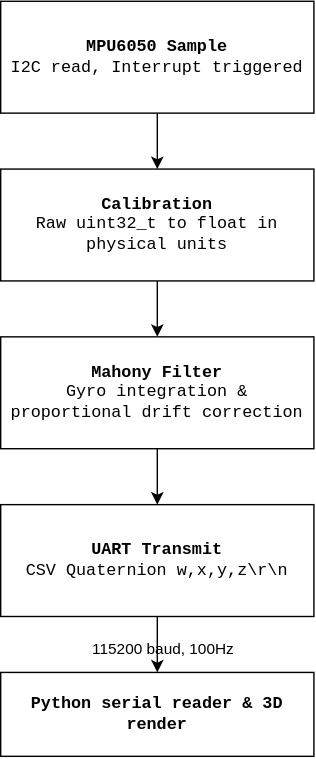
Above: docs/flowchart.svg in wallop51/Attitude-Estimator (draw.io), before the change. Source tidied: cells renumbered, new cells last; positions are measured from the earlier drawing's top-left corner, leaving out a move shared by most shapes. The source it was exported from:
```xml
<mxGraphModel>
  <root>
    <mxCell id="0" />
    <mxCell id="1" parent="0" />
    <mxCell id="2" style="edgeStyle=orthogonalEdgeStyle;rounded=0;jettySize=auto;html=1;labelBackgroundColor=none;fontColor=default;" parent="1" edge="1" source="3" target="5">
      <mxGeometry relative="1" as="geometry" />
    </mxCell>
    <mxCell id="3" value="&lt;b&gt;&lt;font&gt;MPU6050 Sample&lt;/font&gt;&lt;/b&gt;&lt;div&gt;&lt;font style=&quot;&quot;&gt;I2C read, Interrupt triggered&lt;/font&gt;&lt;/div&gt;" style="rounded=0;whiteSpace=wrap;html=1;fontFamily=Courier New;labelBackgroundColor=none;" parent="1" vertex="1">
      <mxGeometry width="224" height="80" as="geometry" />
    </mxCell>
    <mxCell id="4" style="edgeStyle=orthogonalEdgeStyle;rounded=0;jettySize=auto;html=1;labelBackgroundColor=none;fontColor=default;" parent="1" edge="1" source="5" target="7">
      <mxGeometry relative="1" as="geometry" />
    </mxCell>
    <mxCell id="5" value="&lt;b&gt;Calibration&lt;/b&gt;&lt;div&gt;Raw uint32_t to float in physical units&lt;/div&gt;" style="whiteSpace=wrap;html=1;fontFamily=Courier New;rounded=0;labelBackgroundColor=none;" parent="1" vertex="1">
      <mxGeometry y="120" width="224" height="80" as="geometry" />
    </mxCell>
    <mxCell id="6" style="edgeStyle=orthogonalEdgeStyle;rounded=0;jettySize=auto;html=1;labelBackgroundColor=none;fontColor=default;" parent="1" edge="1" source="7" target="10">
      <mxGeometry relative="1" as="geometry" />
    </mxCell>
    <mxCell id="7" value="&lt;b&gt;Mahony Filter&lt;/b&gt;&lt;div&gt;Gyro integration &amp;amp; proportional drift correction&lt;/div&gt;" style="whiteSpace=wrap;html=1;fontFamily=Courier New;rounded=0;labelBackgroundColor=none;" parent="1" vertex="1">
      <mxGeometry y="240" width="224" height="80" as="geometry" />
    </mxCell>
    <mxCell id="8" style="edgeStyle=orthogonalEdgeStyle;rounded=0;jettySize=auto;html=1;labelBackgroundColor=none;fontColor=default;" parent="1" edge="1" source="10" target="11">
      <mxGeometry relative="1" as="geometry" />
    </mxCell>
    <mxCell id="9" value="115200 baud, 100Hz" style="edgeLabel;html=1;align=center;verticalAlign=middle;labelBackgroundColor=none;rounded=0;" parent="8" vertex="1">
      <mxGeometry x="0.1" y="3" relative="1" as="geometry" />
    </mxCell>
    <mxCell id="10" value="&lt;b&gt;UART Transmit&lt;/b&gt;&lt;div&gt;CSV Quaternion w,x,y,z\r\n&lt;/div&gt;" style="whiteSpace=wrap;html=1;fontFamily=Courier New;rounded=0;labelBackgroundColor=none;" parent="1" vertex="1">
      <mxGeometry y="360" width="224" height="80" as="geometry" />
    </mxCell>
    <mxCell id="11" value="&lt;b&gt;Python serial reader &amp;amp; 3D render&lt;/b&gt;" style="whiteSpace=wrap;html=1;fontFamily=Courier New;rounded=0;labelBackgroundColor=none;" parent="1" vertex="1">
      <mxGeometry y="480" width="224" height="60" as="geometry" />
    </mxCell>
  </root>
</mxGraphModel>
```
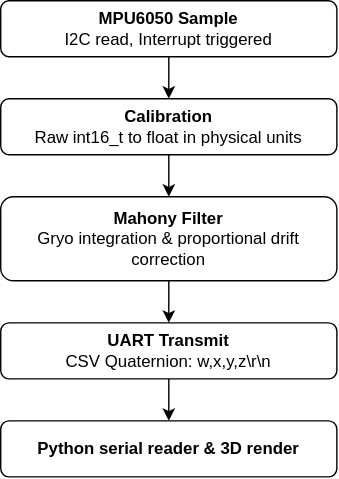
The same diagram one commit later.

Commit message:
correct uint32_t to int16_t

Change to the diagram source:
```diff
@@ -2,35 +2,32 @@
   <root>
     <mxCell id="0" />
     <mxCell id="1" parent="0" />
-    <mxCell id="2" style="edgeStyle=orthogonalEdgeStyle;rounded=0;jettySize=auto;html=1;labelBackgroundColor=none;fontColor=default;" parent="1" edge="1" source="3" target="5">
-      <mxGeometry relative="1" as="geometry" />
-    </mxCell>
+    <mxCell id="12" style="edgeStyle=orthogonalEdgeStyle;rounded=0;jettySize=auto;html=1;" parent="1" edge="1" source="3" target="14">
+      <mxGeometry relative="1" as="geometry" />
+    </mxCell>
-    <mxCell id="3" value="&lt;b&gt;&lt;font&gt;MPU6050 Sample&lt;/font&gt;&lt;/b&gt;&lt;div&gt;&lt;font style=&quot;&quot;&gt;I2C read, Interrupt triggered&lt;/font&gt;&lt;/div&gt;" style="rounded=0;whiteSpace=wrap;html=1;fontFamily=Courier New;labelBackgroundColor=none;" parent="1" vertex="1">
-      <mxGeometry width="224" height="80" as="geometry" />
+    <mxCell id="3" value="&lt;b&gt;MPU6050 Sample&lt;/b&gt;&lt;div&gt;I2C read, Interrupt triggered&lt;/div&gt;" style="rounded=1;whiteSpace=wrap;html=1;" parent="1" vertex="1">
+      <mxGeometry x="18" width="240" height="40" as="geometry" />
     </mxCell>
-    <mxCell id="4" style="edgeStyle=orthogonalEdgeStyle;rounded=0;jettySize=auto;html=1;labelBackgroundColor=none;fontColor=default;" parent="1" edge="1" source="5" target="7">
-      <mxGeometry relative="1" as="geometry" />
-    </mxCell>
-    <mxCell id="5" value="&lt;b&gt;Calibration&lt;/b&gt;&lt;div&gt;Raw uint32_t to float in physical units&lt;/div&gt;" style="whiteSpace=wrap;html=1;fontFamily=Courier New;rounded=0;labelBackgroundColor=none;" parent="1" vertex="1">
-      <mxGeometry y="120" width="224" height="80" as="geometry" />
-    </mxCell>
-    <mxCell id="6" style="edgeStyle=orthogonalEdgeStyle;rounded=0;jettySize=auto;html=1;labelBackgroundColor=none;fontColor=default;" parent="1" edge="1" source="7" target="10">
-      <mxGeometry relative="1" as="geometry" />
-    </mxCell>
-    <mxCell id="7" value="&lt;b&gt;Mahony Filter&lt;/b&gt;&lt;div&gt;Gyro integration &amp;amp; proportional drift correction&lt;/div&gt;" style="whiteSpace=wrap;html=1;fontFamily=Courier New;rounded=0;labelBackgroundColor=none;" parent="1" vertex="1">
-      <mxGeometry y="240" width="224" height="80" as="geometry" />
-    </mxCell>
-    <mxCell id="8" style="edgeStyle=orthogonalEdgeStyle;rounded=0;jettySize=auto;html=1;labelBackgroundColor=none;fontColor=default;" parent="1" edge="1" source="10" target="11">
-      <mxGeometry relative="1" as="geometry" />
-    </mxCell>
-    <mxCell id="9" value="115200 baud, 100Hz" style="edgeLabel;html=1;align=center;verticalAlign=middle;labelBackgroundColor=none;rounded=0;" parent="8" vertex="1">
-      <mxGeometry x="0.1" y="3" relative="1" as="geometry" />
-    </mxCell>
-    <mxCell id="10" value="&lt;b&gt;UART Transmit&lt;/b&gt;&lt;div&gt;CSV Quaternion w,x,y,z\r\n&lt;/div&gt;" style="whiteSpace=wrap;html=1;fontFamily=Courier New;rounded=0;labelBackgroundColor=none;" parent="1" vertex="1">
-      <mxGeometry y="360" width="224" height="80" as="geometry" />
-    </mxCell>
+    <mxCell id="13" style="edgeStyle=orthogonalEdgeStyle;rounded=0;jettySize=auto;html=1;" parent="1" edge="1" source="14" target="16">
+      <mxGeometry relative="1" as="geometry" />
+    </mxCell>
+    <mxCell id="14" value="&lt;b&gt;Calibration&lt;/b&gt;&lt;div&gt;Raw int16_t to float in physical units&lt;/div&gt;" style="whiteSpace=wrap;html=1;rounded=1;" parent="1" vertex="1">
+      <mxGeometry x="18" y="70" width="240" height="40" as="geometry" />
+    </mxCell>
+    <mxCell id="15" style="edgeStyle=orthogonalEdgeStyle;rounded=0;jettySize=auto;html=1;" parent="1" edge="1" source="16" target="18">
+      <mxGeometry relative="1" as="geometry" />
+    </mxCell>
+    <mxCell id="16" value="&lt;b&gt;Mahony Filter&lt;/b&gt;&lt;div&gt;Gryo integration &amp;amp; proportional drift correction&lt;/div&gt;" style="whiteSpace=wrap;html=1;rounded=1;" parent="1" vertex="1">
+      <mxGeometry x="18" y="140" width="240" height="60" as="geometry" />
+    </mxCell>
+    <mxCell id="17" style="edgeStyle=orthogonalEdgeStyle;rounded=0;jettySize=auto;html=1;" parent="1" edge="1" source="18" target="11">
+      <mxGeometry relative="1" as="geometry" />
+    </mxCell>
+    <mxCell id="18" value="&lt;b&gt;UART Transmit&lt;/b&gt;&lt;div&gt;CSV Quaternion: w,x,y,z\r\n&lt;/div&gt;" style="whiteSpace=wrap;html=1;rounded=1;" parent="1" vertex="1">
+      <mxGeometry x="18" y="230" width="240" height="40" as="geometry" />
+    </mxCell>
-    <mxCell id="11" value="&lt;b&gt;Python serial reader &amp;amp; 3D render&lt;/b&gt;" style="whiteSpace=wrap;html=1;fontFamily=Courier New;rounded=0;labelBackgroundColor=none;" parent="1" vertex="1">
-      <mxGeometry y="480" width="224" height="60" as="geometry" />
+    <mxCell id="11" value="&lt;b&gt;Python serial reader &amp;amp; 3D render&lt;/b&gt;" style="whiteSpace=wrap;html=1;rounded=1;" parent="1" vertex="1">
+      <mxGeometry x="18" y="300" width="240" height="40" as="geometry" />
     </mxCell>
   </root>
 </mxGraphModel>
```
